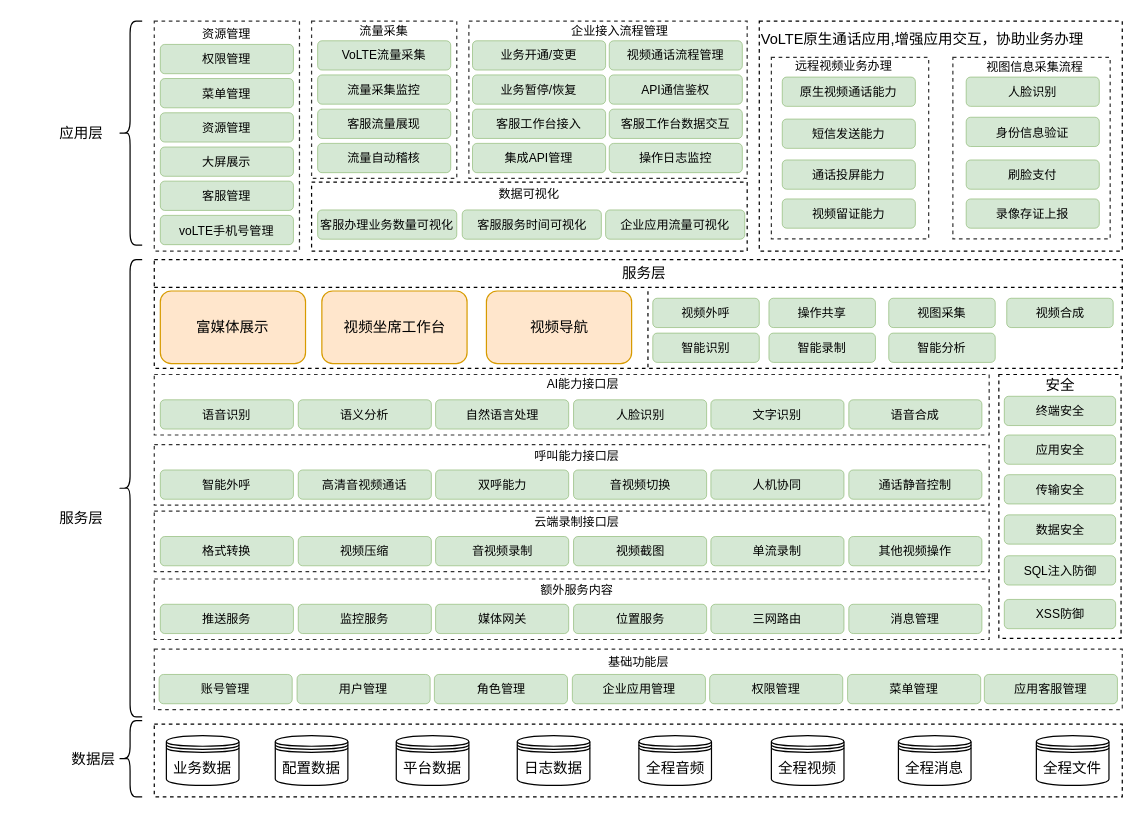
Before: 5G视频产品客服/Untitled Diagram.drawio in the-didi/drawio-repository, a draw.io diagram. Source tidied: cells renumbered, new cells numbered last; positions are measured from the earlier drawing's top-left corner, leaving out a move shared by most shapes. Both pictures are drawn from the tidied source at 121%, with x=0, y=0 at pixel (45, 21).
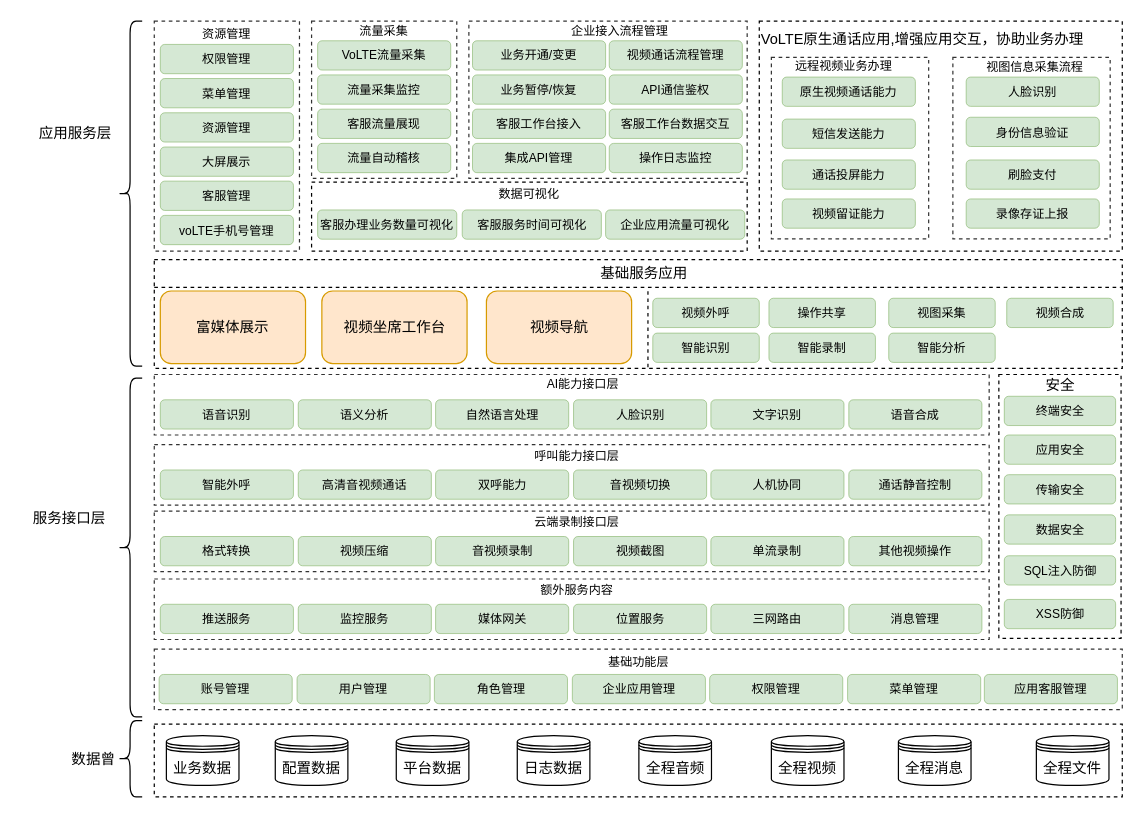
The same diagram, later.

Diff of the diagram source:
```diff
@@
-    <mxCell id="93" value="服务层" style="text;html=1;align=center;verticalAlign=middle;whiteSpace=wrap;rounded=0;" parent="1" vertex="1">
+    <mxCell id="93" value="基础服务应用" style="text;html=1;align=center;verticalAlign=middle;whiteSpace=wrap;rounded=0;" parent="1" vertex="1">
       <mxGeometry x="450" y="197" width="90" height="23" as="geometry" />
     </mxCell>
@@
     <mxCell id="127" style="shape=curlyBracket;whiteSpace=wrap;html=1;rounded=1;labelPosition=left;verticalLabelPosition=middle;align=right;verticalAlign=middle;" parent="1" vertex="1">
-      <mxGeometry x="60" width="20" height="185" as="geometry" />
+      <mxGeometry x="60" width="20" height="285" as="geometry" />
     </mxCell>
     <mxCell id="128" style="shape=curlyBracket;whiteSpace=wrap;html=1;rounded=1;labelPosition=left;verticalLabelPosition=middle;align=right;verticalAlign=middle;" parent="1" vertex="1">
-      <mxGeometry x="60" y="197" width="20" height="378" as="geometry" />
+      <mxGeometry x="60" y="295" width="20" height="280" as="geometry" />
     </mxCell>
@@
-    <mxCell id="130" value="数据层" style="text;html=1;align=center;verticalAlign=middle;whiteSpace=wrap;rounded=0;" parent="1" vertex="1">
+    <mxCell id="130" value="数据曾" style="text;html=1;align=center;verticalAlign=middle;whiteSpace=wrap;rounded=0;" parent="1" vertex="1">
       <mxGeometry x="10" y="594.5" width="60" height="30" as="geometry" />
     </mxCell>
-    <mxCell id="131" value="服务层" style="text;html=1;align=center;verticalAlign=middle;whiteSpace=wrap;rounded=0;" parent="1" vertex="1">
-      <mxGeometry y="396" width="60" height="30" as="geometry" />
+    <mxCell id="131" value="服务接口层" style="text;html=1;align=center;verticalAlign=middle;whiteSpace=wrap;rounded=0;" parent="1" vertex="1">
+      <mxGeometry x="-20" y="396" width="80" height="30" as="geometry" />
     </mxCell>
-    <mxCell id="132" value="应用层" style="text;html=1;align=center;verticalAlign=middle;whiteSpace=wrap;rounded=0;" parent="1" vertex="1">
-      <mxGeometry y="77.5" width="60" height="30" as="geometry" />
+    <mxCell id="132" value="应用服务层" style="text;html=1;align=center;verticalAlign=middle;whiteSpace=wrap;rounded=0;" parent="1" vertex="1">
+      <mxGeometry x="-10" y="77.5" width="70" height="30" as="geometry" />
     </mxCell>
```
